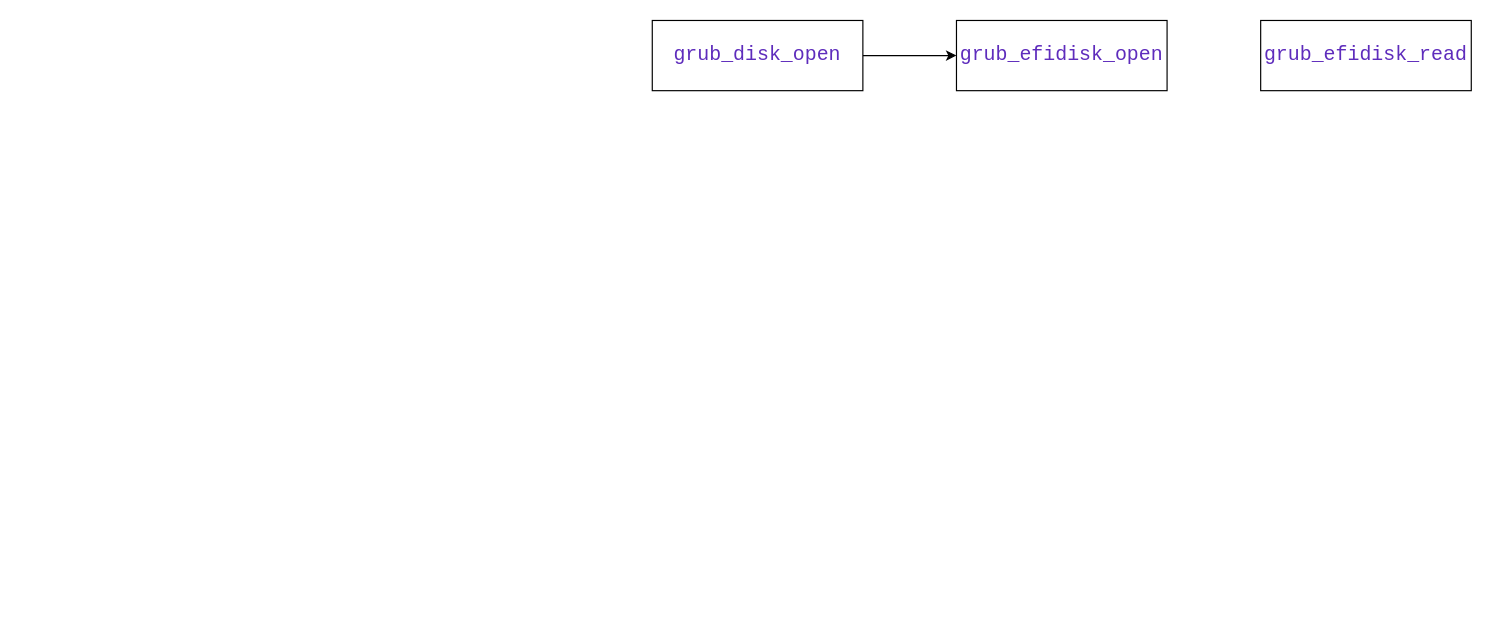
Earlier version of the draw.io diagram grub.drawio (wbzzx-bb/wb-linux). Source tidied: cells renumbered, new cells numbered last; positions are measured from the earlier drawing's top-left corner, leaving out a move shared by most shapes. Both pictures are drawn from the tidied source at 117%, with x=0, y=0 at pixel (652, 20).
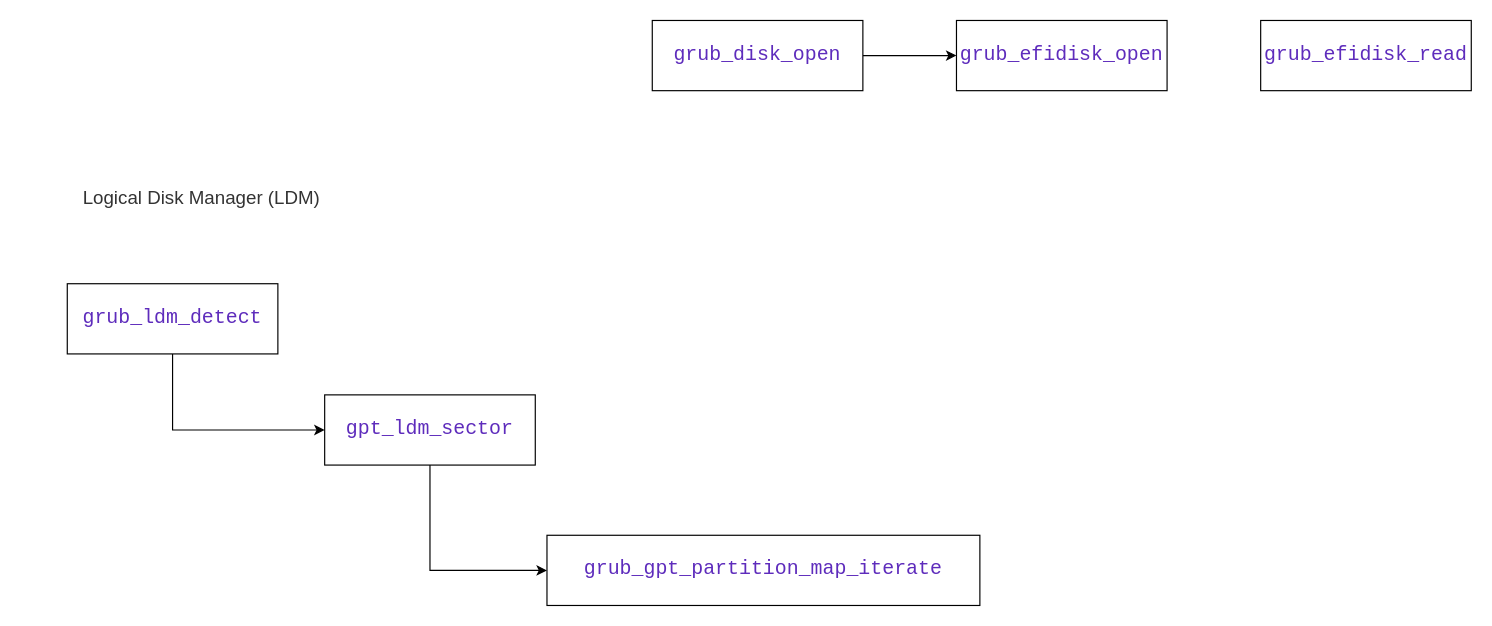
After the change.

What changed in the source:
```diff
@@
 <mxGraphModel>
   <root>
     <mxCell id="0" />
     <mxCell id="1" parent="0" />
     <mxCell id="2" style="edgeStyle=orthogonalEdgeStyle;rounded=0;jettySize=auto;html=1;entryX=0;entryY=0.5;entryDx=0;entryDy=0;" parent="1" edge="1" source="3" target="4">
       <mxGeometry relative="1" as="geometry" />
     </mxCell>
     <mxCell id="3" value="&lt;div style=&quot;color: rgb(41, 41, 41); background-color: rgb(255, 255, 255); font-family: Consolas, &amp;quot;Courier New&amp;quot;, monospace; line-height: 19px; white-space: pre;&quot;&gt;&lt;span style=&quot;color: rgb(94, 44, 188);&quot;&gt;&lt;font style=&quot;font-size: 17px;&quot;&gt;grub_disk_open&lt;/font&gt;&lt;/span&gt;&lt;/div&gt;" style="rounded=0;whiteSpace=wrap;html=1;" parent="1" vertex="1">
       <mxGeometry width="180" height="60" as="geometry" />
     </mxCell>
     <mxCell id="4" value="&lt;div style=&quot;color: rgb(41, 41, 41); background-color: rgb(255, 255, 255); font-family: Consolas, &amp;quot;Courier New&amp;quot;, monospace; line-height: 19px; white-space: pre;&quot;&gt;&lt;span style=&quot;color: rgb(94, 44, 188);&quot;&gt;&lt;font style=&quot;font-size: 17px;&quot;&gt;grub_efidisk_open&lt;/font&gt;&lt;/span&gt;&lt;/div&gt;" style="rounded=0;whiteSpace=wrap;html=1;" parent="1" vertex="1">
       <mxGeometry x="260" width="180" height="60" as="geometry" />
     </mxCell>
     <mxCell id="5" value="&lt;div style=&quot;color: rgb(41, 41, 41); background-color: rgb(255, 255, 255); font-family: Consolas, &amp;quot;Courier New&amp;quot;, monospace; line-height: 19px; white-space: pre;&quot;&gt;&lt;span style=&quot;color: rgb(94, 44, 188);&quot;&gt;&lt;font style=&quot;font-size: 17px;&quot;&gt;grub_efidisk_read&lt;/font&gt;&lt;/span&gt;&lt;/div&gt;" style="rounded=0;whiteSpace=wrap;html=1;" parent="1" vertex="1">
       <mxGeometry x="520" width="180" height="60" as="geometry" />
     </mxCell>
+    <mxCell id="6" style="edgeStyle=orthogonalEdgeStyle;rounded=0;jettySize=auto;html=1;entryX=0;entryY=0.5;entryDx=0;entryDy=0;exitX=0.5;exitY=1;exitDx=0;exitDy=0;" parent="1" edge="1" source="7" target="8">
+      <mxGeometry relative="1" as="geometry" />
+    </mxCell>
+    <mxCell id="7" value="&lt;div style=&quot;color: rgb(41, 41, 41); background-color: rgb(255, 255, 255); font-family: Consolas, &amp;quot;Courier New&amp;quot;, monospace; line-height: 19px; white-space: pre;&quot;&gt;&lt;span style=&quot;color: rgb(94, 44, 188);&quot;&gt;&lt;font style=&quot;font-size: 17px;&quot;&gt;gpt_ldm_sector&lt;/font&gt;&lt;/span&gt;&lt;/div&gt;" style="rounded=0;whiteSpace=wrap;html=1;" parent="1" vertex="1">
+      <mxGeometry x="-280" y="320" width="180" height="60" as="geometry" />
+    </mxCell>
+    <mxCell id="8" value="&lt;div style=&quot;color: rgb(41, 41, 41); background-color: rgb(255, 255, 255); font-family: Consolas, &amp;quot;Courier New&amp;quot;, monospace; line-height: 19px; white-space: pre;&quot;&gt;&lt;span style=&quot;color: rgb(94, 44, 188);&quot;&gt;&lt;font style=&quot;font-size: 17px;&quot;&gt;grub_gpt_partition_map_iterate&lt;/font&gt;&lt;/span&gt;&lt;/div&gt;" style="rounded=0;whiteSpace=wrap;html=1;" parent="1" vertex="1">
+      <mxGeometry x="-90" y="440" width="370" height="60" as="geometry" />
+    </mxCell>
+    <mxCell id="9" style="edgeStyle=orthogonalEdgeStyle;rounded=0;jettySize=auto;html=1;entryX=0;entryY=0.5;entryDx=0;entryDy=0;exitX=0.5;exitY=1;exitDx=0;exitDy=0;" parent="1" edge="1" source="10" target="7">
+      <mxGeometry relative="1" as="geometry" />
+    </mxCell>
+    <mxCell id="10" value="&lt;div style=&quot;color: rgb(41, 41, 41); background-color: rgb(255, 255, 255); font-family: Consolas, &amp;quot;Courier New&amp;quot;, monospace; line-height: 19px; white-space: pre;&quot;&gt;&lt;span style=&quot;color: rgb(94, 44, 188);&quot;&gt;&lt;font style=&quot;font-size: 17px;&quot;&gt;grub_ldm_detect&lt;/font&gt;&lt;/span&gt;&lt;/div&gt;" style="rounded=0;whiteSpace=wrap;html=1;" parent="1" vertex="1">
+      <mxGeometry x="-500" y="225" width="180" height="60" as="geometry" />
+    </mxCell>
+    <mxCell id="11" value="&lt;h3 style=&quot;box-sizing: border-box; font-size: var(--font-size-subhead,16px); margin-bottom: calc(var(--font-size-subhead, 16px)*.5); font-weight: var(--font-weight-2,normal); line-height: 24px; color: rgb(51, 51, 51); font-family: PingFangSC-Regular; text-align: start; background-color: rgb(255, 255, 255);&quot;&gt;Logical Disk Manager (LDM)&lt;/h3&gt;&lt;div&gt;&lt;br&gt;&lt;/div&gt;" style="text;html=1;align=center;verticalAlign=middle;whiteSpace=wrap;rounded=0;" parent="1" vertex="1">
+      <mxGeometry x="-540" y="140" width="310" height="30" as="geometry" />
+    </mxCell>
   </root>
 </mxGraphModel>
```
